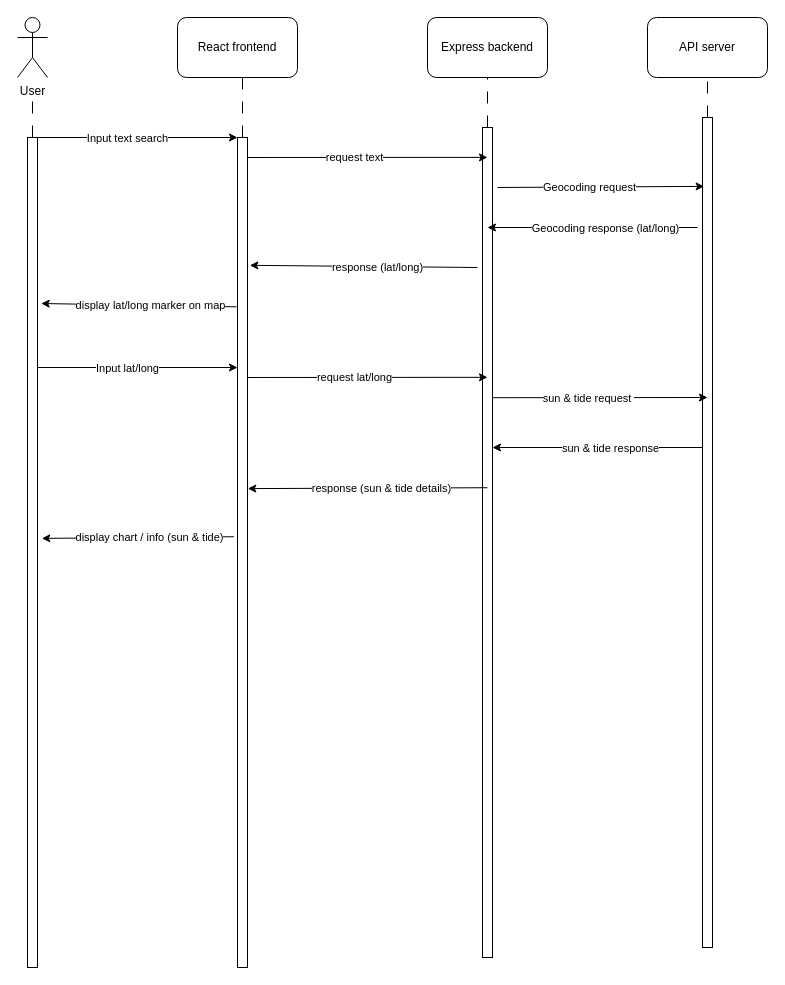
The draw.io diagram sequence_diagram.drawio in zyteo/LighTide, before the edit. Source tidied: cells renumbered, new cells numbered last; positions are measured from the earlier drawing's top-left corner, leaving out a move shared by most shapes. Both pictures are drawn from the tidied source at 100%, with x=0, y=0 at pixel (17, 17).
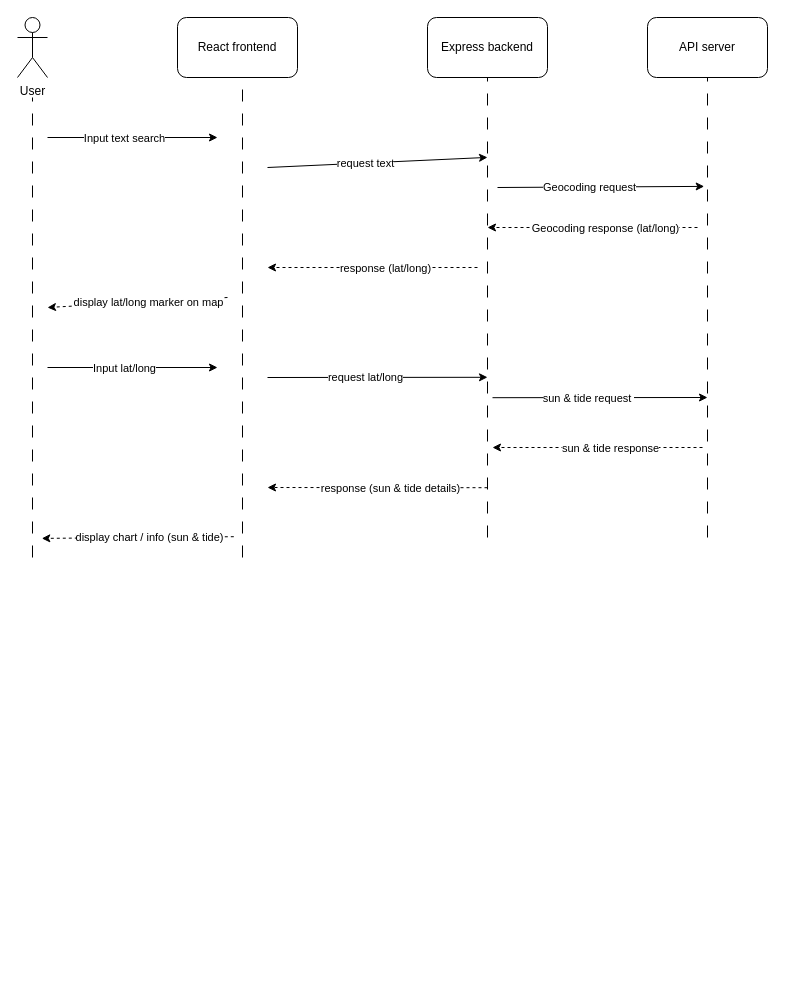
The same page after the edit.

Commit message (it also covers changes not shown here):
adjust sequence diagram

Unchanged cells that the change refers to:
```xml
<mxCell id="4" value="Express backend" style="rounded=1;whiteSpace=wrap;html=1;" parent="1" vertex="1">
  <mxGeometry x="410" width="120" height="60" as="geometry" />
</mxCell>
<mxCell id="5" value="API server" style="rounded=1;whiteSpace=wrap;html=1;" parent="1" vertex="1">
  <mxGeometry x="630" width="120" height="60" as="geometry" />
</mxCell>
```

The edit, as a diff of the source:
```diff
@@
-    <mxCell id="6" style="rounded=0;whiteSpace=wrap;html=1;" parent="1" vertex="1">
-      <mxGeometry x="10" y="120" width="10" height="830" as="geometry" />
-    </mxCell>
-    <mxCell id="7" style="rounded=0;whiteSpace=wrap;html=1;" parent="1" vertex="1">
-      <mxGeometry x="220" y="120" width="10" height="830" as="geometry" />
-    </mxCell>
-    <mxCell id="8" style="rounded=0;whiteSpace=wrap;html=1;" parent="1" vertex="1">
-      <mxGeometry x="465" y="110" width="10" height="830" as="geometry" />
-    </mxCell>
-    <mxCell id="9" style="rounded=0;whiteSpace=wrap;html=1;" parent="1" vertex="1">
-      <mxGeometry x="685" y="100" width="10" height="830" as="geometry" />
-    </mxCell>
-    <mxCell id="10" style="endArrow=classic;html=1;exitX=1;exitY=0;exitDx=0;exitDy=0;entryX=0;entryY=0;entryDx=0;entryDy=0;" parent="1" edge="1" source="6" target="7">
-      <mxGeometry relative="1" as="geometry" />
+    <mxCell id="10" style="endArrow=classic;html=1;" parent="1" edge="1">
+      <mxGeometry relative="1" as="geometry">
+        <mxPoint x="30" y="120" as="sourcePoint" />
+        <mxPoint x="200" y="120" as="targetPoint" />
+      </mxGeometry>
     </mxCell>
@@
-    <mxCell id="12" style="endArrow=classic;html=1;entryX=0.5;entryY=0.036;entryDx=0;entryDy=0;entryPerimeter=0;" parent="1" edge="1" target="8">
+    <mxCell id="12" style="endArrow=classic;html=1;entryX=0.5;entryY=0.036;entryDx=0;entryDy=0;entryPerimeter=0;" parent="1" edge="1">
       <mxGeometry relative="1" as="geometry">
-        <mxPoint x="230" y="140" as="sourcePoint" />
+        <mxPoint x="250" y="150" as="sourcePoint" />
+        <mxPoint x="470" y="139.9" as="targetPoint" />
       </mxGeometry>
     </mxCell>
@@
-    <mxCell id="14" style="endArrow=classic;html=1;entryX=0.165;entryY=0.083;entryDx=0;entryDy=0;entryPerimeter=0;" parent="1" edge="1" target="9">
+    <mxCell id="14" style="endArrow=classic;html=1;entryX=0.165;entryY=0.083;entryDx=0;entryDy=0;entryPerimeter=0;" parent="1" edge="1">
       <mxGeometry relative="1" as="geometry">
         <mxPoint x="480" y="170" as="sourcePoint" />
+        <mxPoint x="686.7" y="168.9" as="targetPoint" />
       </mxGeometry>
     </mxCell>
@@
-    <mxCell id="16" style="endArrow=classic;html=1;" parent="1" edge="1">
+    <mxCell id="16" style="endArrow=classic;html=1;dashed=1;" parent="1" edge="1">
       <mxGeometry relative="1" as="geometry">
         <mxPoint x="680" y="210" as="sourcePoint" />
         <mxPoint x="470" y="210" as="targetPoint" />
       </mxGeometry>
     </mxCell>
@@
-    <mxCell id="18" style="endArrow=classic;html=1;entryX=1.239;entryY=0.154;entryDx=0;entryDy=0;entryPerimeter=0;" parent="1" edge="1" target="7">
+    <mxCell id="18" style="endArrow=classic;html=1;dashed=1;" parent="1" edge="1">
       <mxGeometry relative="1" as="geometry">
         <mxPoint x="460" y="250" as="sourcePoint" />
+        <mxPoint x="250" y="250" as="targetPoint" />
       </mxGeometry>
     </mxCell>
@@
-    <mxCell id="20" style="endArrow=classic;html=1;entryX=1.37;entryY=0.2;entryDx=0;entryDy=0;entryPerimeter=0;exitX=-0.083;exitY=0.204;exitDx=0;exitDy=0;exitPerimeter=0;" parent="1" edge="1" source="7" target="6">
-      <mxGeometry relative="1" as="geometry" />
+    <mxCell id="20" style="endArrow=classic;html=1;dashed=1;" parent="1" edge="1">
+      <mxGeometry relative="1" as="geometry">
+        <mxPoint x="210" y="280" as="sourcePoint" />
+        <mxPoint x="30" y="290" as="targetPoint" />
+      </mxGeometry>
     </mxCell>
@@
-    <mxCell id="22" style="endArrow=classic;html=1;exitX=1;exitY=0;exitDx=0;exitDy=0;entryX=0;entryY=0;entryDx=0;entryDy=0;" parent="1" edge="1">
+    <mxCell id="22" style="endArrow=classic;html=1;" parent="1" edge="1">
       <mxGeometry relative="1" as="geometry">
-        <mxPoint x="20" y="350" as="sourcePoint" />
-        <mxPoint x="220" y="350" as="targetPoint" />
+        <mxPoint x="30" y="350" as="sourcePoint" />
+        <mxPoint x="200" y="350" as="targetPoint" />
       </mxGeometry>
     </mxCell>
@@
-    <mxCell id="24" style="endArrow=classic;html=1;exitX=1;exitY=0;exitDx=0;exitDy=0;entryX=0.5;entryY=0.301;entryDx=0;entryDy=0;entryPerimeter=0;" parent="1" edge="1" target="8">
+    <mxCell id="24" style="endArrow=classic;html=1;entryX=0.5;entryY=0.301;entryDx=0;entryDy=0;entryPerimeter=0;" parent="1" edge="1">
       <mxGeometry relative="1" as="geometry">
-        <mxPoint x="230" y="360" as="sourcePoint" />
+        <mxPoint x="250" y="360" as="sourcePoint" />
+        <mxPoint x="470" y="359.8" as="targetPoint" />
       </mxGeometry>
     </mxCell>
@@
-    <mxCell id="28" style="endArrow=classic;html=1;" parent="1" edge="1">
+    <mxCell id="28" style="endArrow=classic;html=1;dashed=1;" parent="1" edge="1">
       <mxGeometry relative="1" as="geometry">
         <mxPoint x="685" y="430" as="sourcePoint" />
         <mxPoint x="475" y="430" as="targetPoint" />
       </mxGeometry>
     </mxCell>
@@
-    <mxCell id="30" style="endArrow=classic;html=1;entryX=1.033;entryY=0.423;entryDx=0;entryDy=0;entryPerimeter=0;exitX=0.5;exitY=0.434;exitDx=0;exitDy=0;exitPerimeter=0;" parent="1" edge="1" source="8" target="7">
-      <mxGeometry relative="1" as="geometry" />
+    <mxCell id="30" style="endArrow=classic;html=1;exitX=0.5;exitY=0.434;exitDx=0;exitDy=0;exitPerimeter=0;dashed=1;" parent="1" edge="1">
+      <mxGeometry relative="1" as="geometry">
+        <mxPoint x="470" y="470.2" as="sourcePoint" />
+        <mxPoint x="250" y="470" as="targetPoint" />
+      </mxGeometry>
     </mxCell>
@@
-    <mxCell id="32" style="endArrow=classic;html=1;entryX=1.433;entryY=0.483;entryDx=0;entryDy=0;entryPerimeter=0;exitX=-0.367;exitY=0.481;exitDx=0;exitDy=0;exitPerimeter=0;" parent="1" edge="1" source="7" target="6">
-      <mxGeometry relative="1" as="geometry" />
+    <mxCell id="32" style="endArrow=classic;html=1;entryX=1.433;entryY=0.483;entryDx=0;entryDy=0;entryPerimeter=0;exitX=-0.367;exitY=0.481;exitDx=0;exitDy=0;exitPerimeter=0;dashed=1;" parent="1" edge="1">
+      <mxGeometry relative="1" as="geometry">
+        <mxPoint x="216.3" y="519.2" as="sourcePoint" />
+        <mxPoint x="24.3" y="520.9" as="targetPoint" />
+      </mxGeometry>
     </mxCell>
@@
-    <mxCell id="34" style="endArrow=none;dashed=1;html=1;exitX=0.5;exitY=0;exitDx=0;exitDy=0;dashPattern=12 12;" parent="1" edge="1" source="7">
+    <mxCell id="34" style="endArrow=none;dashed=1;html=1;dashPattern=12 12;" parent="1" edge="1">
       <mxGeometry relative="1" as="geometry">
+        <mxPoint x="225" y="540" as="sourcePoint" />
         <mxPoint x="225" y="60" as="targetPoint" />
       </mxGeometry>
     </mxCell>
-    <mxCell id="35" style="endArrow=none;dashed=1;html=1;exitX=0.5;exitY=0;exitDx=0;exitDy=0;dashPattern=12 12;entryX=0.5;entryY=1;entryDx=0;entryDy=0;" parent="1" edge="1" source="8" target="4">
-      <mxGeometry relative="1" as="geometry" />
+    <mxCell id="35" style="endArrow=none;dashed=1;html=1;dashPattern=12 12;entryX=0.5;entryY=1;entryDx=0;entryDy=0;" parent="1" edge="1" target="4">
+      <mxGeometry relative="1" as="geometry">
+        <mxPoint x="470" y="520" as="sourcePoint" />
+      </mxGeometry>
     </mxCell>
-    <mxCell id="36" style="endArrow=none;dashed=1;html=1;exitX=0.5;exitY=0;exitDx=0;exitDy=0;dashPattern=12 12;entryX=0.5;entryY=1;entryDx=0;entryDy=0;" parent="1" edge="1" source="9" target="5">
-      <mxGeometry relative="1" as="geometry" />
+    <mxCell id="36" style="endArrow=none;dashed=1;html=1;dashPattern=12 12;entryX=0.5;entryY=1;entryDx=0;entryDy=0;" parent="1" edge="1" target="5">
+      <mxGeometry relative="1" as="geometry">
+        <mxPoint x="690" y="520" as="sourcePoint" />
+      </mxGeometry>
     </mxCell>
-    <mxCell id="37" style="endArrow=none;dashed=1;html=1;exitX=0.5;exitY=0;exitDx=0;exitDy=0;dashPattern=12 12;" parent="1" edge="1" source="6">
+    <mxCell id="37" style="endArrow=none;dashed=1;html=1;dashPattern=12 12;" parent="1" edge="1">
       <mxGeometry relative="1" as="geometry">
+        <mxPoint x="15" y="540" as="sourcePoint" />
         <mxPoint x="15" y="80" as="targetPoint" />
       </mxGeometry>
     </mxCell>
```
